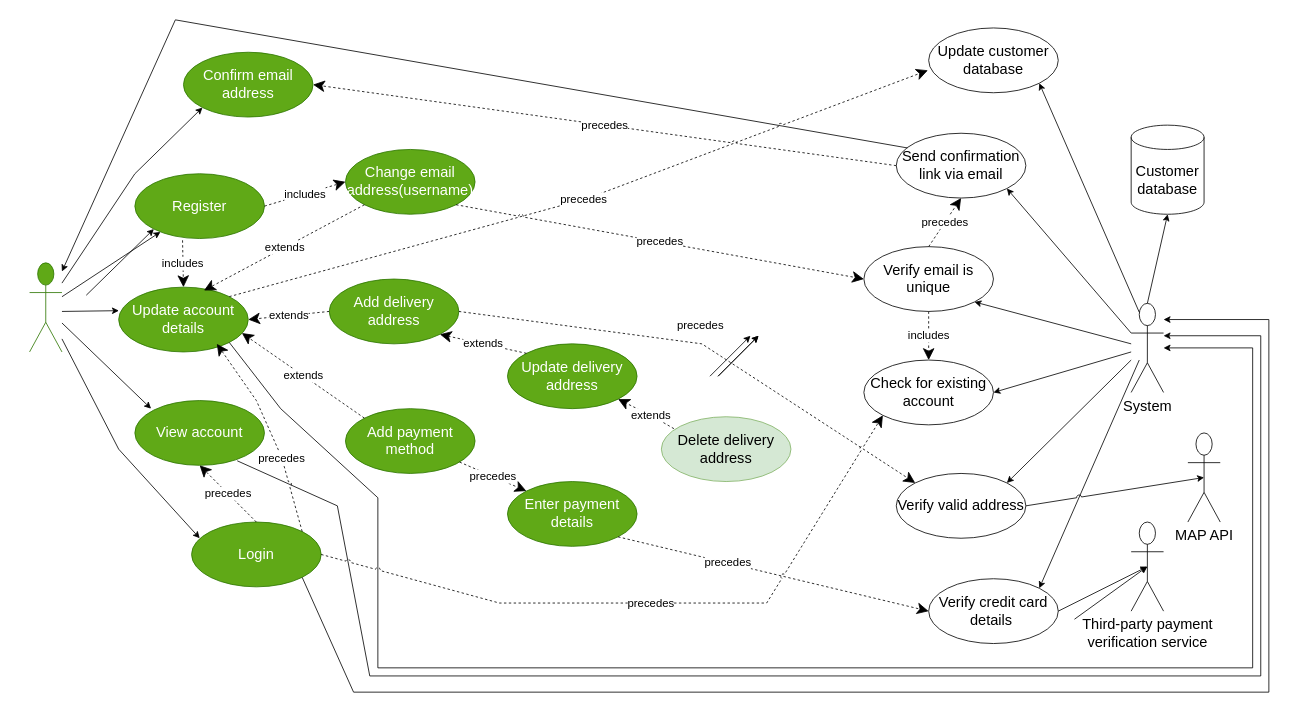
The draw.io diagram Ödev1/odev1.XML.drawio in Berra46/veri_organizasyonu, before the edit. Source tidied: cells renumbered, new cells numbered last; positions are measured from the earlier drawing's top-left corner, leaving out a move shared by most shapes. Both pictures are drawn from the tidied source at 81%, with x=0, y=0 at pixel (29, 19).
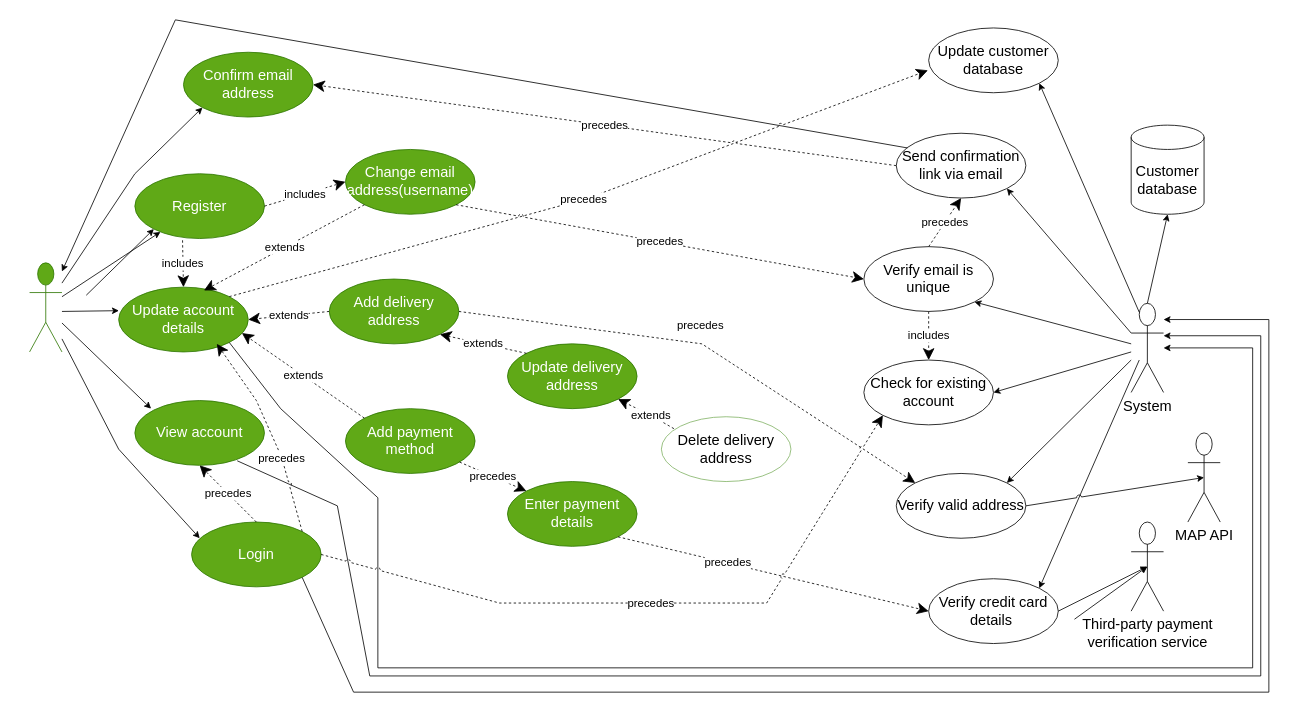
Above is the later version.

Change to the diagram source:
```diff
@@
-    <mxCell id="10" value="Delete delivery address" style="ellipse;whiteSpace=wrap;html=1;fillColor=light-dark(#D5E8D4,#D5E8D4);strokeColor=#82B366;gradientColor=none;gradientDirection=south;fontSize=18;fontColor=light-dark(#000000,#121212);" parent="1" vertex="1">
+    <mxCell id="10" value="Delete delivery address" style="ellipse;whiteSpace=wrap;html=1;fillColor=light-dark(#FFFFFF,#D5E8D4);strokeColor=#82B366;gradientColor=none;gradientDirection=south;fontSize=18;fontColor=light-dark(#000000,#121212);" parent="1" vertex="1">
       <mxGeometry x="780" y="490" width="160" height="80" as="geometry" />
     </mxCell>
@@
-    <mxCell id="24" style="endArrow=classic;html=1;rounded=0;" parent="1" edge="1">
-      <mxGeometry relative="1" as="geometry">
-        <mxPoint x="840" y="440" as="sourcePoint" />
-        <mxPoint x="890" y="390" as="targetPoint" />
-      </mxGeometry>
-    </mxCell>
-    <mxCell id="25" style="endArrow=classic;html=1;rounded=0;fontColor=light-dark(#000000,#121212);" parent="1" edge="1">
-      <mxGeometry relative="1" as="geometry">
-        <mxPoint x="850" y="440" as="sourcePoint" />
-        <mxPoint x="900" y="390" as="targetPoint" />
-      </mxGeometry>
-    </mxCell>
-    <mxCell id="26" style="endArrow=classic;html=1;rounded=0;" parent="1" edge="1">
-      <mxGeometry relative="1" as="geometry">
-        <mxPoint x="850" y="440" as="sourcePoint" />
-        <mxPoint x="900" y="390" as="targetPoint" />
-      </mxGeometry>
-    </mxCell>
```
